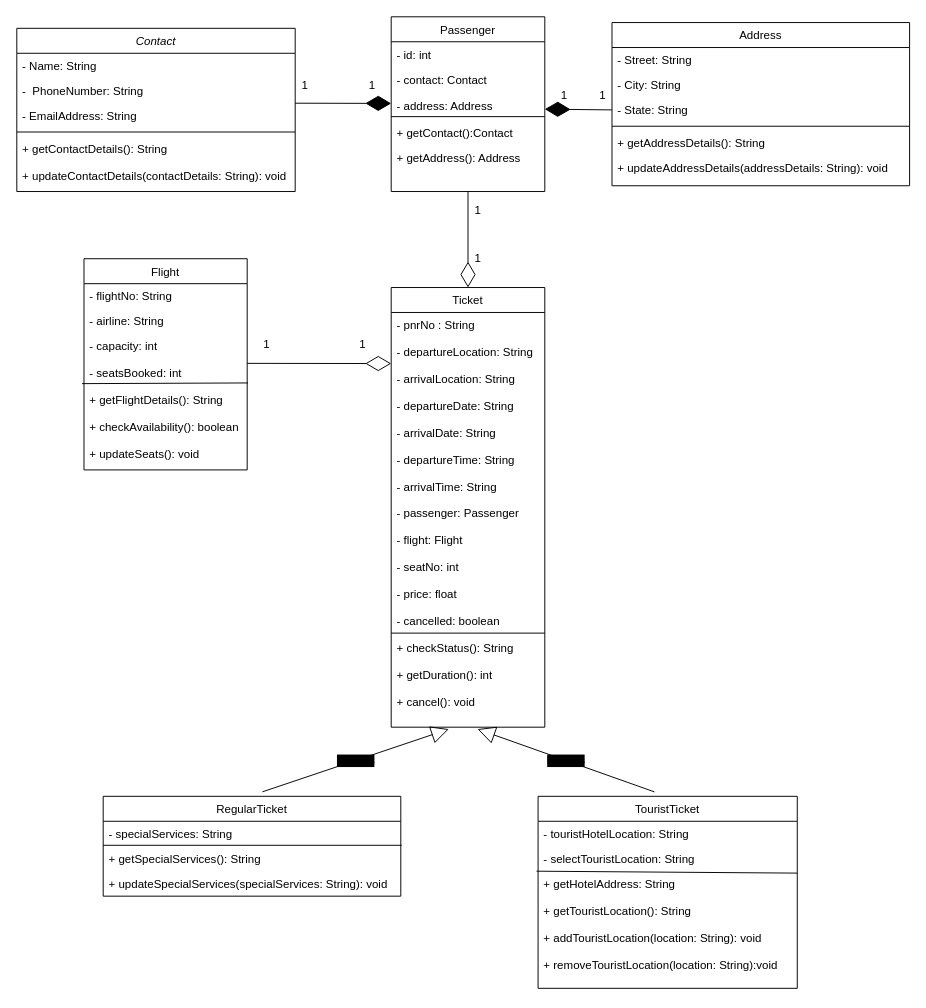
anishahlawat97/FlightReservationSystem keeps this draw.io diagram as Flight reservation system.drawio. Above is the earlier version. Source tidied: cells renumbered, new cells numbered last; positions are measured from the earlier drawing's top-left corner, leaving out a move shared by most shapes. Both pictures are drawn from the tidied source at 96%, with x=0, y=0 at pixel (16, 16).
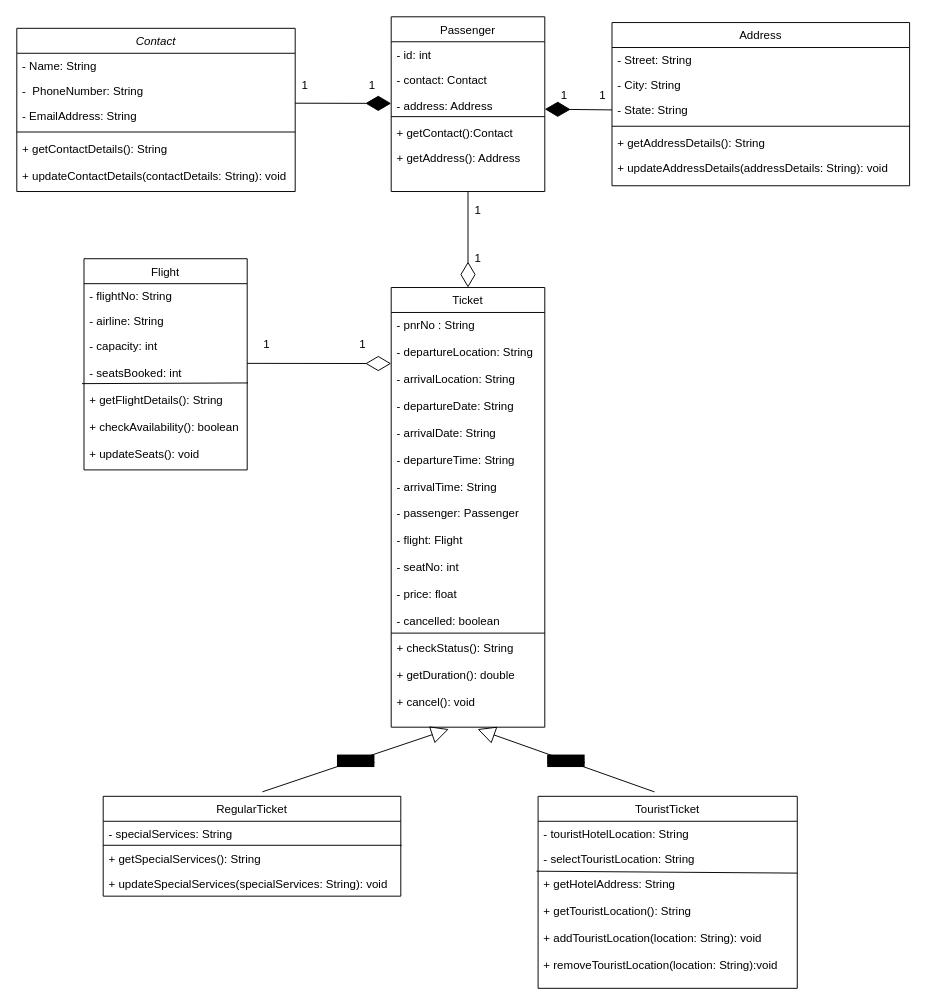
Above is the later version.

The change refers to these unchanged cells:
```xml
<mxCell id="14" value="Ticket" style="swimlane;fontStyle=0;align=center;verticalAlign=top;horizontal=1;startSize=26;rounded=0;shadow=0;strokeWidth=1;" parent="1" vertex="1">
  <mxGeometry x="390" y="282" width="160" height="458" as="geometry" />
</mxCell>
```

What changed in the source:
```diff
@@
-    <mxCell id="15" value="- pnrNo : String&#10;&#10;- departureLocation: String&#10;&#10;- arrivalLocation: String&#10;&#10;- departureDate: String&#10;&#10;- arrivalDate: String&#10;&#10;- departureTime: String&#10;&#10;- arrivalTime: String&#10;&#10;- passenger: Passenger&#10;&#10;- flight: Flight&#10;&#10;- seatNo: int&#10;&#10;- price: float&#10;&#10;- cancelled: boolean&#10;&#10;+ checkStatus(): String&#10;&#10;+ getDuration(): int&#10;&#10;+ cancel(): void&#10;&#10;" style="text;align=left;verticalAlign=top;spacingLeft=4;spacingRight=4;overflow=hidden;" parent="14" vertex="1">
+    <mxCell id="15" value="- pnrNo : String&#10;&#10;- departureLocation: String&#10;&#10;- arrivalLocation: String&#10;&#10;- departureDate: String&#10;&#10;- arrivalDate: String&#10;&#10;- departureTime: String&#10;&#10;- arrivalTime: String&#10;&#10;- passenger: Passenger&#10;&#10;- flight: Flight&#10;&#10;- seatNo: int&#10;&#10;- price: float&#10;&#10;- cancelled: boolean&#10;&#10;+ checkStatus(): String&#10;&#10;+ getDuration(): double&#10;&#10;+ cancel(): void&#10;&#10;" style="text;align=left;verticalAlign=top;spacingLeft=4;spacingRight=4;overflow=hidden;" parent="14" vertex="1">
       <mxGeometry y="26" width="160" height="424" as="geometry" />
     </mxCell>
```
